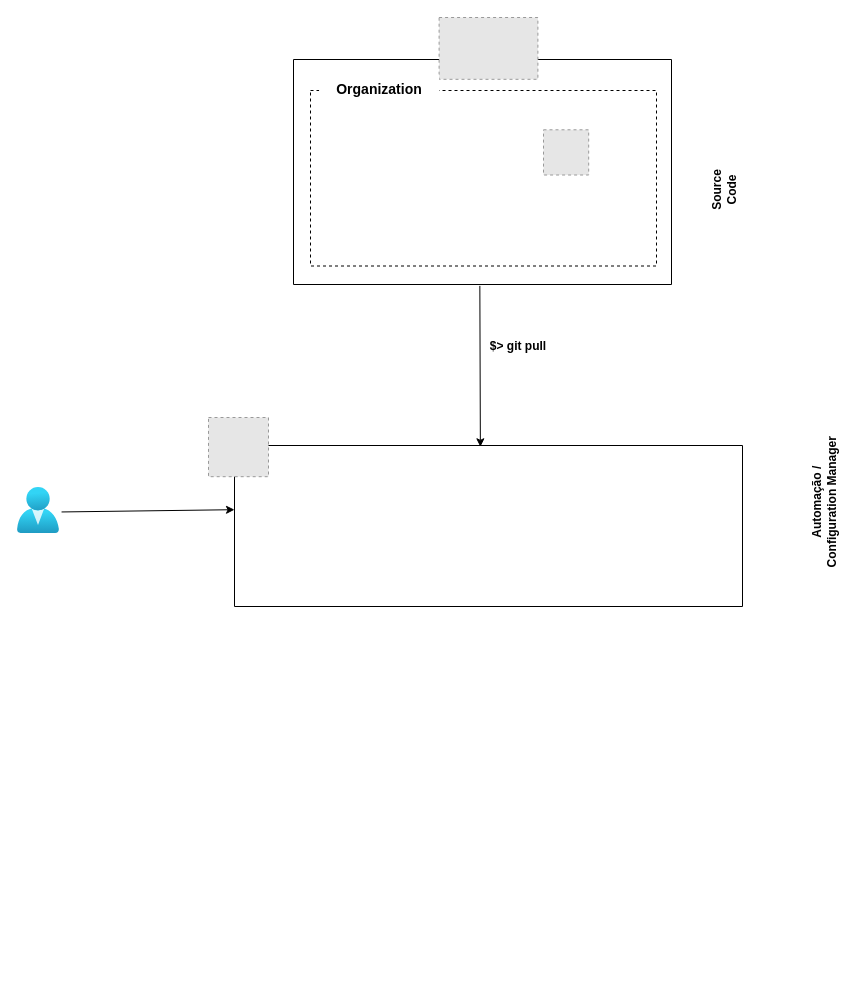
Earlier version of the draw.io diagram desenho_ansible_tower_azure_devops.drawio (Josemyr1993/Ansible). Source tidied: cells renumbered, new cells numbered last; positions are measured from the earlier drawing's top-left corner, leaving out a move shared by most shapes. Both pictures are drawn from the tidied source at 100%, with x=0, y=0 at pixel (17, 17). Pictures stored in the file or linked from it are replaced by grey dashed boxes.
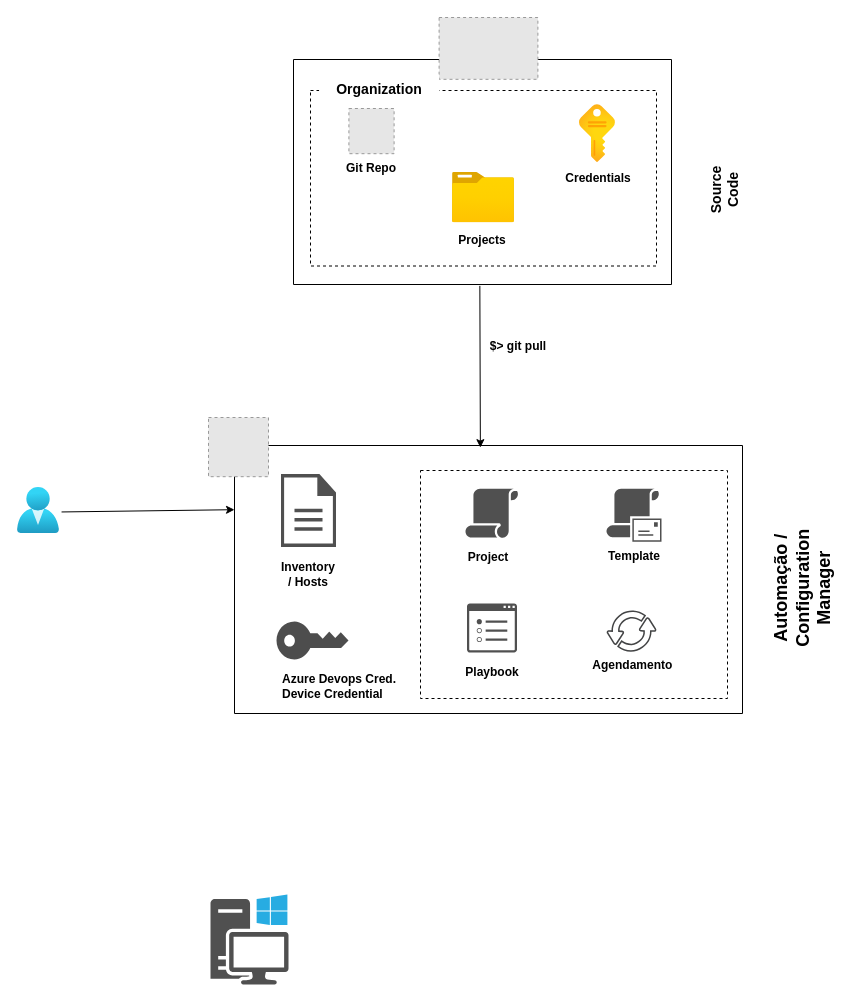
After the change.

The edit, as a diff of the source:
```diff
@@
     <mxCell id="2" style="verticalLabelPosition=bottom;verticalAlign=top;html=1;shape=mxgraph.basic.rect;fillColor2=none;strokeWidth=1;size=20;indent=5;" parent="1" vertex="1">
-      <mxGeometry x="217" y="428" width="508" height="161" as="geometry" />
+      <mxGeometry x="217" y="428" width="508" height="268" as="geometry" />
     </mxCell>
@@
-    <mxCell id="8" value="&lt;b&gt;Source Code&lt;/b&gt;" style="text;html=1;strokeColor=none;fillColor=none;align=center;verticalAlign=middle;whiteSpace=wrap;rounded=0;rotation=-90;" parent="1" vertex="1">
+    <mxCell id="8" value="&lt;b&gt;&lt;font style=&quot;font-size: 14px;&quot;&gt;Source Code&lt;/font&gt;&lt;/b&gt;" style="text;html=1;strokeColor=none;fillColor=none;align=center;verticalAlign=middle;whiteSpace=wrap;rounded=0;rotation=-90;" parent="1" vertex="1">
       <mxGeometry x="676" y="157.5" width="60" height="30" as="geometry" />
     </mxCell>
-    <mxCell id="9" value="&lt;b&gt;Automação / Configuration Manager&lt;/b&gt;" style="text;html=1;strokeColor=none;fillColor=none;align=center;verticalAlign=middle;whiteSpace=wrap;rounded=0;rotation=-90;" parent="1" vertex="1">
-      <mxGeometry x="736" y="470" width="141.5" height="30" as="geometry" />
+    <mxCell id="9" value="&lt;b&gt;&lt;font style=&quot;font-size: 18px;&quot;&gt;Automação / Configuration Manager&lt;/font&gt;&lt;/b&gt;" style="text;html=1;strokeColor=none;fillColor=none;align=center;verticalAlign=middle;whiteSpace=wrap;rounded=0;rotation=-90;" parent="1" vertex="1">
+      <mxGeometry x="715" y="556" width="141.5" height="30" as="geometry" />
     </mxCell>
@@
     <mxCell id="14" style="fillColor=#E6E6E6;strokeColor=#999999;dashed=1;verticalLabelPosition=bottom;labelBackgroundColor=default;verticalAlign=top;" parent="1" vertex="1">
-      <mxGeometry x="526" y="112.3" width="45.2" height="45.2" as="geometry" />
+      <mxGeometry x="331.4" y="91" width="45.2" height="45.2" as="geometry" />
     </mxCell>
+    <mxCell id="15" value="&lt;b&gt;Git Repo&lt;/b&gt;" style="text;html=1;strokeColor=none;fillColor=none;align=center;verticalAlign=middle;whiteSpace=wrap;rounded=0;rotation=0;" parent="1" vertex="1">
+      <mxGeometry x="324" y="136.2" width="60" height="30" as="geometry" />
+    </mxCell>
+    <mxCell id="16" style="image;html=1;align=center;fontSize=12;image=img/lib/azure2/general/Subscriptions.svg;" parent="1" vertex="1">
+      <mxGeometry x="562" y="87" width="35.9" height="58" as="geometry" />
+    </mxCell>
+    <mxCell id="17" value="&lt;b&gt;Credentials&lt;/b&gt;" style="text;html=1;strokeColor=none;fillColor=none;align=center;verticalAlign=middle;whiteSpace=wrap;rounded=0;rotation=0;" parent="1" vertex="1">
+      <mxGeometry x="551" y="145.8" width="60" height="30" as="geometry" />
+    </mxCell>
+    <mxCell id="18" style="image;html=1;align=center;fontSize=12;image=img/lib/azure2/general/Folder_Blank.svg;" parent="1" vertex="1">
+      <mxGeometry x="435" y="155" width="62" height="50.3" as="geometry" />
+    </mxCell>
+    <mxCell id="19" value="&lt;b&gt;Projects&lt;/b&gt;" style="text;html=1;strokeColor=none;fillColor=none;align=center;verticalAlign=middle;whiteSpace=wrap;rounded=0;rotation=0;" parent="1" vertex="1">
+      <mxGeometry x="435" y="207.8" width="60" height="30" as="geometry" />
+    </mxCell>
+    <mxCell id="20" style="sketch=0;shadow=0;dashed=0;html=1;strokeColor=none;fillColor=#505050;labelPosition=center;verticalLabelPosition=bottom;verticalAlign=top;align=center;shape=mxgraph.office.concepts.document;" parent="1" vertex="1">
+      <mxGeometry x="263.5" y="456.5" width="55" height="73" as="geometry" />
+    </mxCell>
+    <mxCell id="21" style="sketch=0;shadow=0;dashed=0;html=1;strokeColor=none;labelPosition=center;verticalLabelPosition=bottom;verticalAlign=top;align=center;shape=mxgraph.office.security.key_permissions;fillColor=#4D4D4D;rotation=-90;" parent="1" vertex="1">
+      <mxGeometry x="276" y="587" width="38" height="72" as="geometry" />
+    </mxCell>
+    <mxCell id="22" value="&lt;b&gt;Inventory / Hosts&lt;/b&gt;" style="text;html=1;strokeColor=none;fillColor=none;align=center;verticalAlign=middle;whiteSpace=wrap;rounded=0;rotation=0;" parent="1" vertex="1">
+      <mxGeometry x="261" y="542" width="60" height="30" as="geometry" />
+    </mxCell>
+    <mxCell id="23" style="verticalLabelPosition=bottom;verticalAlign=top;html=1;shape=mxgraph.basic.rect;fillColor2=none;strokeWidth=1;size=20;indent=5;dashed=1;" parent="1" vertex="1">
+      <mxGeometry x="403" y="453" width="307" height="228" as="geometry" />
+    </mxCell>
+    <mxCell id="24" value="&lt;div style=&quot;text-align: left;&quot;&gt;&lt;b style=&quot;background-color: initial;&quot;&gt;Azure Devops Cred.&lt;/b&gt;&lt;/div&gt;&lt;b&gt;&lt;div style=&quot;text-align: left;&quot;&gt;&lt;b style=&quot;background-color: initial;&quot;&gt;Device Credential&lt;/b&gt;&lt;/div&gt;&lt;/b&gt;" style="text;html=1;strokeColor=none;fillColor=none;align=center;verticalAlign=middle;whiteSpace=wrap;rounded=0;rotation=0;" parent="1" vertex="1">
+      <mxGeometry x="261" y="654" width="121.5" height="30" as="geometry" />
+    </mxCell>
+    <mxCell id="25" style="sketch=0;shadow=0;dashed=0;html=1;strokeColor=none;fillColor=#434445;labelPosition=center;verticalLabelPosition=bottom;verticalAlign=top;align=center;shape=mxgraph.vvd.business_continuity_data_protection;" parent="1" vertex="1">
+      <mxGeometry x="589" y="592.8" width="50" height="43" as="geometry" />
+    </mxCell>
+    <mxCell id="26" style="sketch=0;shadow=0;dashed=0;html=1;strokeColor=none;fillColor=#505050;labelPosition=center;verticalLabelPosition=bottom;verticalAlign=top;align=center;shape=mxgraph.office.security.policy;" parent="1" vertex="1">
+      <mxGeometry x="448" y="471.2" width="53" height="49" as="geometry" />
+    </mxCell>
+    <mxCell id="27" style="sketch=0;shadow=0;dashed=0;html=1;strokeColor=none;fillColor=#505050;labelPosition=center;verticalLabelPosition=bottom;verticalAlign=top;align=center;shape=mxgraph.office.security.email_address_policy;" parent="1" vertex="1">
+      <mxGeometry x="589" y="471.2" width="55" height="53" as="geometry" />
+    </mxCell>
+    <mxCell id="28" value="&lt;b&gt;Project&lt;/b&gt;" style="text;html=1;strokeColor=none;fillColor=none;align=center;verticalAlign=middle;whiteSpace=wrap;rounded=0;rotation=0;" parent="1" vertex="1">
+      <mxGeometry x="441" y="525.2" width="60" height="30" as="geometry" />
+    </mxCell>
+    <mxCell id="29" value="&lt;b&gt;Agendamento&amp;nbsp;&lt;/b&gt;" style="text;html=1;strokeColor=none;fillColor=none;align=center;verticalAlign=middle;whiteSpace=wrap;rounded=0;rotation=0;" parent="1" vertex="1">
+      <mxGeometry x="586.5" y="632.8" width="60" height="30" as="geometry" />
+    </mxCell>
+    <mxCell id="30" value="&lt;b&gt;Template&lt;/b&gt;" style="text;html=1;strokeColor=none;fillColor=none;align=center;verticalAlign=middle;whiteSpace=wrap;rounded=0;rotation=0;" parent="1" vertex="1">
+      <mxGeometry x="586.5" y="524.2" width="60" height="30" as="geometry" />
+    </mxCell>
+    <mxCell id="31" style="sketch=0;shadow=0;dashed=0;html=1;strokeColor=none;fillColor=#505050;labelPosition=center;verticalLabelPosition=bottom;verticalAlign=top;align=center;shape=mxgraph.office.devices.workstation_pc;" parent="1" vertex="1">
+      <mxGeometry x="193" y="877" width="78" height="90" as="geometry" />
+    </mxCell>
+    <mxCell id="32" style="sketch=0;shadow=0;dashed=0;html=1;strokeColor=none;fillColor=#505050;labelPosition=center;verticalLabelPosition=bottom;verticalAlign=top;align=center;shape=mxgraph.office.concepts.properties;" parent="1" vertex="1">
+      <mxGeometry x="449.5" y="586" width="50" height="49" as="geometry" />
+    </mxCell>
+    <mxCell id="33" value="&lt;b&gt;Playbook&lt;/b&gt;" style="text;html=1;strokeColor=none;fillColor=none;align=center;verticalAlign=middle;whiteSpace=wrap;rounded=0;rotation=0;" parent="1" vertex="1">
+      <mxGeometry x="444.5" y="640" width="60" height="30" as="geometry" />
+    </mxCell>
```
